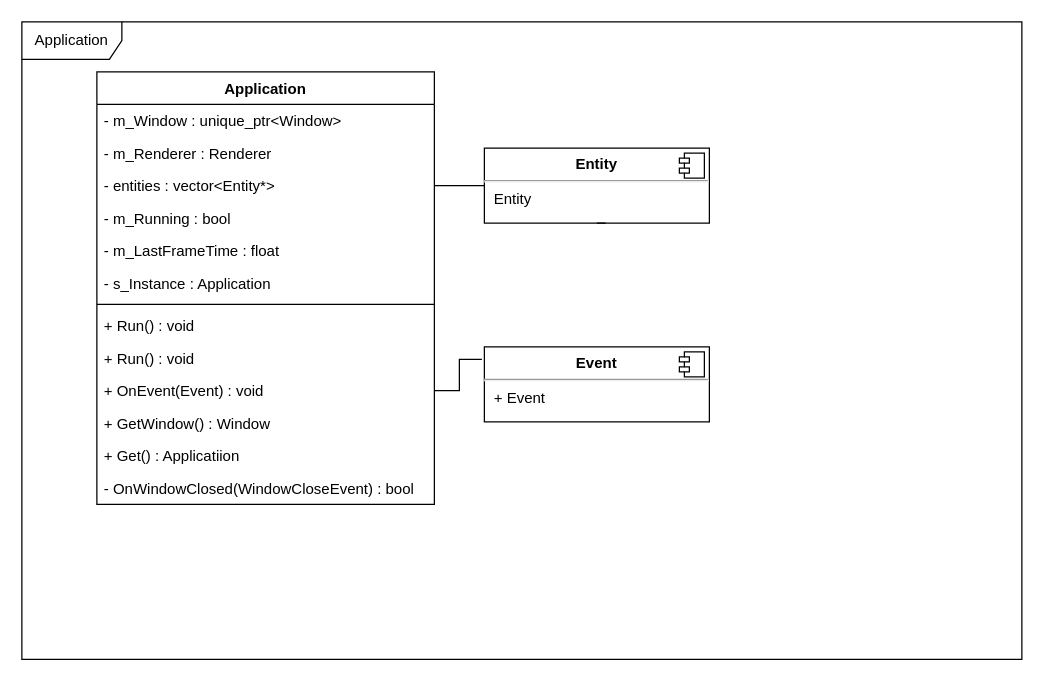
Earlier version of the draw.io diagram page "Application" (4 of 6) of UMLDiagram.drawio (hazN/ECS_Engine). Source tidied: cells renumbered, new cells numbered last; positions are measured from the earlier drawing's top-left corner, leaving out a move shared by most shapes. Both pictures are drawn from the tidied source at 125%, with x=0, y=0 at pixel (21, 21).
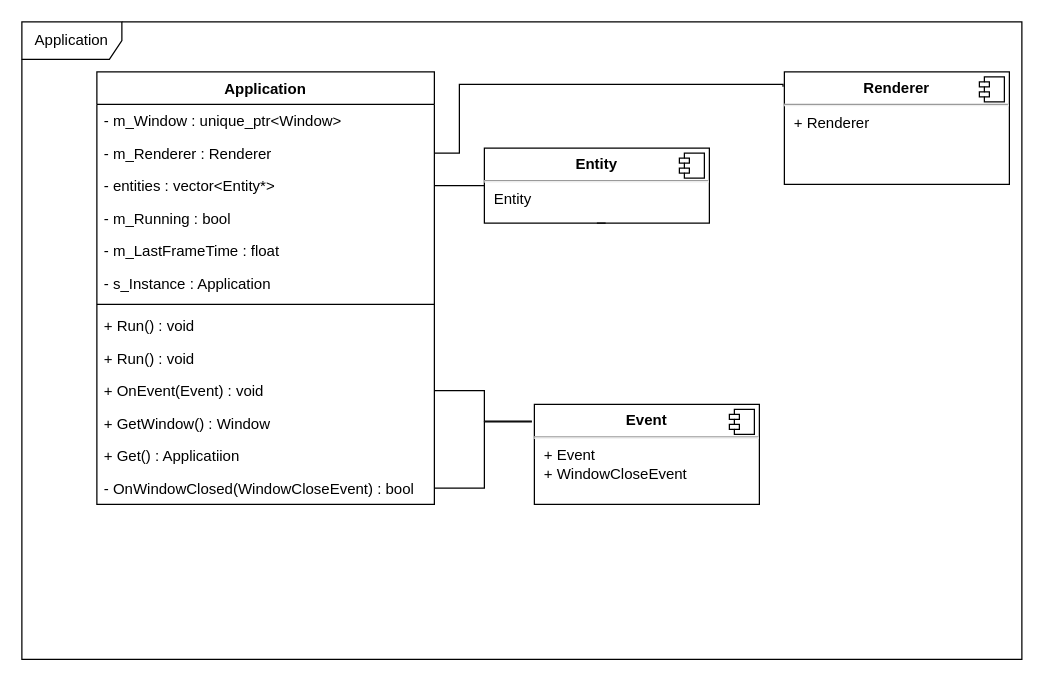
After the change.

Commit message (it also covers changes not shown here):
Update UMLDiagram : renderer

The change refers to these unchanged cells:
```xml
<mxCell id="5" value="- m_Renderer : Renderer" style="text;strokeColor=none;fillColor=none;align=left;verticalAlign=top;spacingLeft=4;spacingRight=4;overflow=hidden;points=[[0,0.5],[1,0.5]];portConstraint=eastwest;" parent="3" vertex="1">
  <mxGeometry y="52" width="270" height="26" as="geometry" />
</mxCell>
<mxCell id="16" value="- OnWindowClosed(WindowCloseEvent) : bool" style="text;strokeColor=none;fillColor=none;align=left;verticalAlign=top;spacingLeft=4;spacingRight=4;overflow=hidden;points=[[0,0.5],[1,0.5]];portConstraint=eastwest;" parent="3" vertex="1">
  <mxGeometry y="320" width="270" height="26" as="geometry" />
</mxCell>
```

The edit, as a diff of the source:
```diff
@@
-    <mxCell id="21" value="&lt;p style=&quot;margin:0px;margin-top:6px;text-align:center;&quot;&gt;&lt;b&gt;Event&lt;/b&gt;&lt;/p&gt;&lt;hr&gt;&lt;p style=&quot;margin:0px;margin-left:8px;&quot;&gt;+ Event&lt;br&gt;&lt;/p&gt;" style="align=left;overflow=fill;html=1;" parent="1" vertex="1">
-      <mxGeometry x="370" y="260" width="180" height="60" as="geometry" />
+    <mxCell id="21" value="&lt;p style=&quot;margin:0px;margin-top:6px;text-align:center;&quot;&gt;&lt;b&gt;Event&lt;/b&gt;&lt;/p&gt;&lt;hr&gt;&lt;p style=&quot;margin:0px;margin-left:8px;&quot;&gt;+ Event&lt;br&gt;&lt;/p&gt;&lt;p style=&quot;margin:0px;margin-left:8px;&quot;&gt;+ WindowCloseEvent&lt;/p&gt;" style="align=left;overflow=fill;html=1;" parent="1" vertex="1">
+      <mxGeometry x="410" y="306" width="180" height="80" as="geometry" />
     </mxCell>
@@
+    <mxCell id="24" style="edgeStyle=orthogonalEdgeStyle;rounded=0;jettySize=auto;html=1;exitX=1;exitY=0.5;exitDx=0;exitDy=0;entryX=-0.011;entryY=0.175;entryDx=0;entryDy=0;entryPerimeter=0;endArrow=none;endFill=0;" parent="1" edge="1" source="16" target="21">
+      <mxGeometry relative="1" as="geometry" />
+    </mxCell>
+    <mxCell id="25" value="&lt;p style=&quot;margin:0px;margin-top:6px;text-align:center;&quot;&gt;&lt;b&gt;Renderer&lt;/b&gt;&lt;/p&gt;&lt;hr&gt;&lt;p style=&quot;margin:0px;margin-left:8px;&quot;&gt;+ Renderer&lt;/p&gt;" style="align=left;overflow=fill;html=1;" parent="1" vertex="1">
+      <mxGeometry x="610" y="40" width="180" height="90" as="geometry" />
+    </mxCell>
+    <mxCell id="26" style="shape=component;jettyWidth=8;jettyHeight=4;" parent="25" vertex="1">
+      <mxGeometry x="1" width="20" height="20" relative="1" as="geometry">
+        <mxPoint x="-24" y="4" as="offset" />
+      </mxGeometry>
+    </mxCell>
+    <mxCell id="27" style="edgeStyle=orthogonalEdgeStyle;rounded=0;jettySize=auto;html=1;exitX=1;exitY=0.5;exitDx=0;exitDy=0;entryX=-0.006;entryY=0.133;entryDx=0;entryDy=0;entryPerimeter=0;endArrow=none;endFill=0;" parent="1" edge="1" source="5" target="25">
+      <mxGeometry relative="1" as="geometry">
+        <Array as="points">
+          <mxPoint x="350" y="105" />
+          <mxPoint x="350" y="50" />
+          <mxPoint x="609" y="50" />
+        </Array>
+      </mxGeometry>
+    </mxCell>
```
